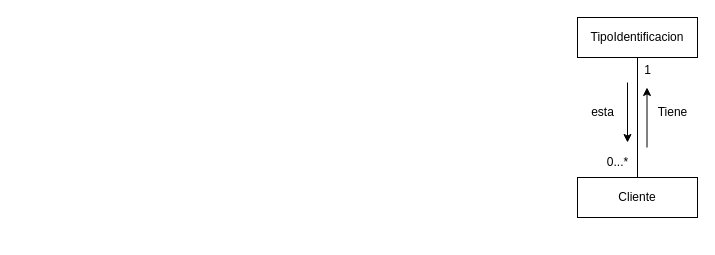
Earlier version of the draw.io diagram page "Context_Client" (2 of 2) of TiendaOnline_Diseño/TiendaOnlineDiseño.drawio (M4rced/DOO2023). Source tidied: cells renumbered, new cells numbered last; positions are measured from the earlier drawing's top-left corner, leaving out a move shared by most shapes. Both pictures are drawn from the tidied source at 100%, with x=0, y=0 at pixel (577, 17).
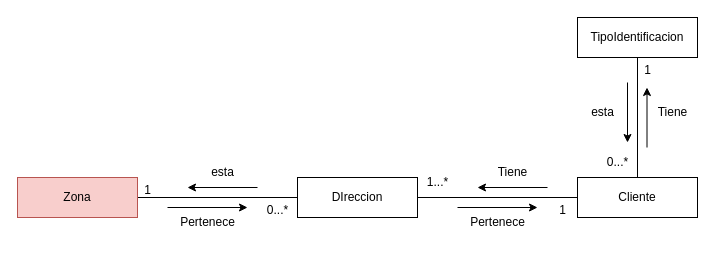
The same page after the edit.

Unchanged cells that the change refers to:
```xml
<mxCell id="3" value="Cliente" style="rounded=0;whiteSpace=wrap;html=1;" parent="1" vertex="1">
  <mxGeometry y="160" width="120" height="40" as="geometry" />
</mxCell>
```

Diff of the diagram source:
```diff
@@
+    <mxCell id="11" style="edgeStyle=orthogonalEdgeStyle;rounded=0;jettySize=auto;html=1;exitX=0;exitY=0.5;exitDx=0;exitDy=0;entryX=1;entryY=0.5;entryDx=0;entryDy=0;endArrow=none;endFill=0;" parent="1" edge="1" source="3" target="13">
+      <mxGeometry relative="1" as="geometry" />
+    </mxCell>
@@
+    <mxCell id="12" style="edgeStyle=orthogonalEdgeStyle;rounded=0;jettySize=auto;html=1;exitX=0;exitY=0.5;exitDx=0;exitDy=0;endArrow=none;endFill=0;" parent="1" edge="1" source="13" target="20">
+      <mxGeometry relative="1" as="geometry" />
+    </mxCell>
+    <mxCell id="13" value="DIreccion" style="rounded=0;whiteSpace=wrap;html=1;" parent="1" vertex="1">
+      <mxGeometry x="-280" y="160" width="120" height="40" as="geometry" />
+    </mxCell>
+    <mxCell id="14" value="Tiene" style="text;html=1;align=center;verticalAlign=middle;strokeColor=none;fillColor=none;" parent="1" vertex="1">
+      <mxGeometry x="-90" y="140" width="50" height="30" as="geometry" />
+    </mxCell>
+    <mxCell id="15" value="1...*" style="text;html=1;align=center;verticalAlign=middle;strokeColor=none;fillColor=none;" parent="1" vertex="1">
+      <mxGeometry x="-160" y="150" width="40" height="30" as="geometry" />
+    </mxCell>
+    <mxCell id="16" value="1" style="text;html=1;align=center;verticalAlign=middle;strokeColor=none;fillColor=none;" parent="1" vertex="1">
+      <mxGeometry x="-30" y="178" width="30" height="30" as="geometry" />
+    </mxCell>
+    <mxCell id="17" style="endArrow=classic;html=1;rounded=0;" parent="1" edge="1">
+      <mxGeometry relative="1" as="geometry">
+        <mxPoint x="-120" y="190" as="sourcePoint" />
+        <mxPoint x="-40" y="190" as="targetPoint" />
+      </mxGeometry>
+    </mxCell>
+    <mxCell id="18" style="endArrow=classic;html=1;rounded=0;" parent="1" edge="1">
+      <mxGeometry relative="1" as="geometry">
+        <mxPoint x="-30" y="170" as="sourcePoint" />
+        <mxPoint x="-100" y="170" as="targetPoint" />
+      </mxGeometry>
+    </mxCell>
+    <mxCell id="19" value="Pertenece" style="text;html=1;align=center;verticalAlign=middle;strokeColor=none;fillColor=none;" parent="1" vertex="1">
+      <mxGeometry x="-120" y="190" width="80" height="30" as="geometry" />
+    </mxCell>
+    <mxCell id="20" value="Zona" style="rounded=0;whiteSpace=wrap;html=1;fillColor=#f8cecc;strokeColor=#b85450;" parent="1" vertex="1">
+      <mxGeometry x="-560" y="160" width="120" height="40" as="geometry" />
+    </mxCell>
+    <mxCell id="21" value="esta" style="text;html=1;align=center;verticalAlign=middle;strokeColor=none;fillColor=none;" parent="1" vertex="1">
+      <mxGeometry x="-380" y="140" width="50" height="30" as="geometry" />
+    </mxCell>
+    <mxCell id="22" style="endArrow=classic;html=1;rounded=0;" parent="1" edge="1">
+      <mxGeometry relative="1" as="geometry">
+        <mxPoint x="-410" y="190" as="sourcePoint" />
+        <mxPoint x="-330" y="190" as="targetPoint" />
+      </mxGeometry>
+    </mxCell>
+    <mxCell id="23" style="endArrow=classic;html=1;rounded=0;" parent="1" edge="1">
+      <mxGeometry relative="1" as="geometry">
+        <mxPoint x="-320" y="170" as="sourcePoint" />
+        <mxPoint x="-390" y="170" as="targetPoint" />
+      </mxGeometry>
+    </mxCell>
+    <mxCell id="24" value="Pertenece" style="text;html=1;align=center;verticalAlign=middle;strokeColor=none;fillColor=none;" parent="1" vertex="1">
+      <mxGeometry x="-410" y="190" width="80" height="30" as="geometry" />
+    </mxCell>
+    <mxCell id="25" value="1" style="text;html=1;align=center;verticalAlign=middle;strokeColor=none;fillColor=none;" parent="1" vertex="1">
+      <mxGeometry x="-445" y="158" width="30" height="30" as="geometry" />
+    </mxCell>
+    <mxCell id="26" value="0...*" style="text;html=1;align=center;verticalAlign=middle;strokeColor=none;fillColor=none;" parent="1" vertex="1">
+      <mxGeometry x="-320" y="178" width="40" height="30" as="geometry" />
+    </mxCell>
```
